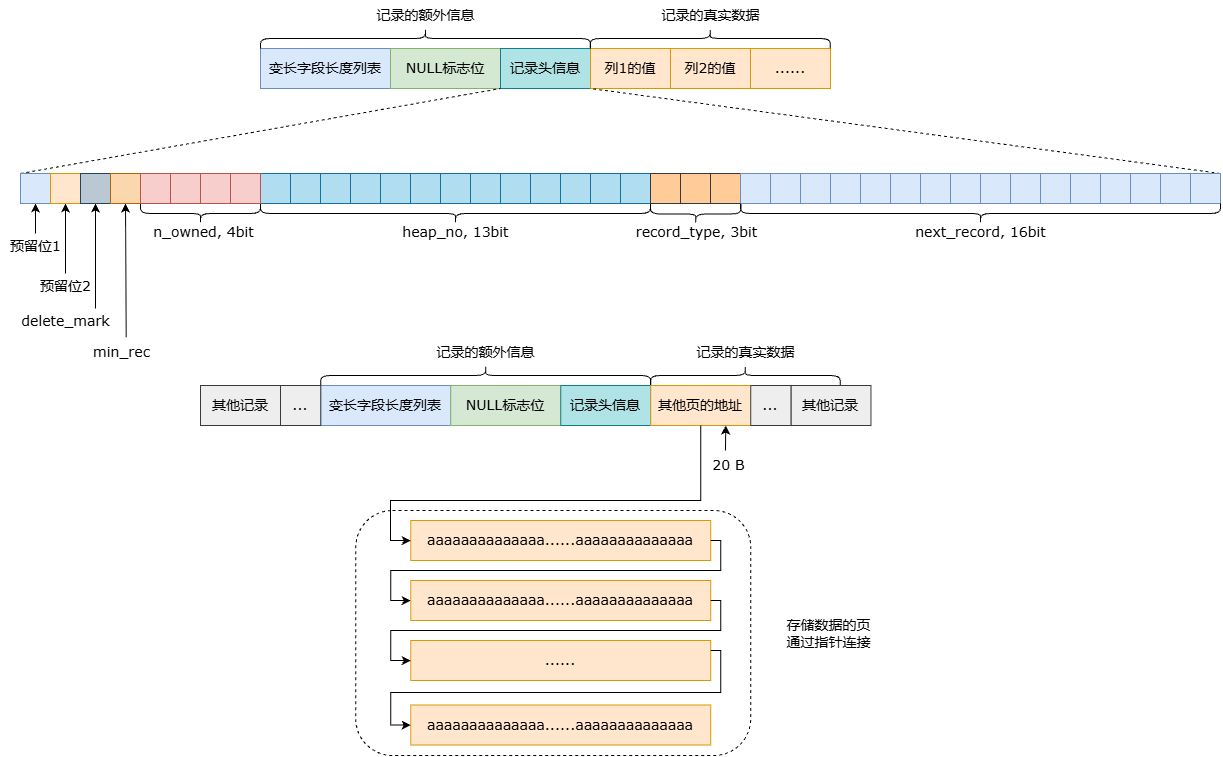
Above: mysql/Dynamic行记录格式.drawio.png in oHo404/imgrepo (draw.io), before the change. Source tidied: cells renumbered, new cells last; positions are measured from the earlier drawing's top-left corner, leaving out a move shared by most shapes.
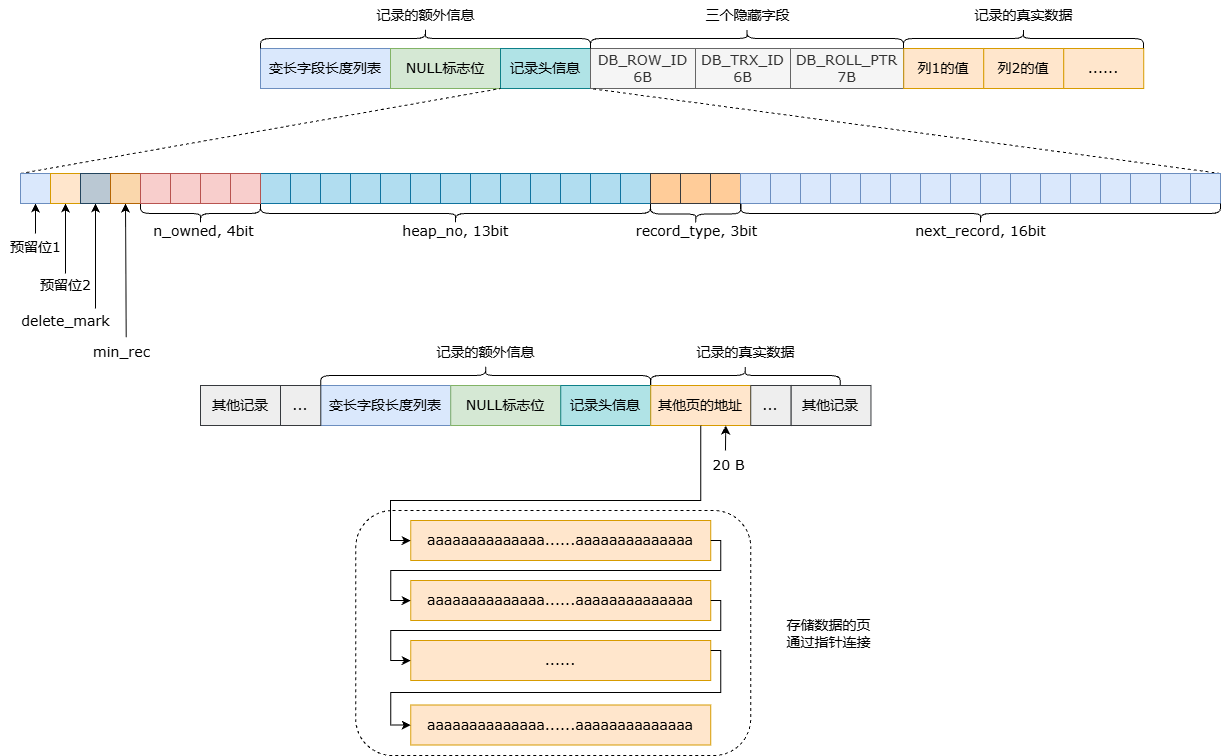
Later version of the same file.

Commit message:
更新Dynamic行记录格式.drawio.png

Diff of the diagram source:
```diff
@@ -3,7 +3,7 @@
     <mxCell id="0" />
     <mxCell id="1" parent="0" />
     <mxCell id="2" style="group;" parent="1" vertex="1">
-      <mxGeometry x="260" y="175" width="570" height="40" as="geometry" />
+      <mxGeometry x="260" y="175" width="643" height="40" as="geometry" />
     </mxCell>
     <mxCell id="3" value="&lt;font face=&quot;Verdana&quot; style=&quot;font-size: 14px;&quot;&gt;变长字段长度列表&lt;/font&gt;" style="rounded=0;whiteSpace=wrap;html=1;fillColor=#dae8fc;strokeColor=#6c8ebf;" parent="2" vertex="1">
       <mxGeometry width="130" height="40" as="geometry" />
@@ -14,31 +14,31 @@
     <mxCell id="5" value="&lt;font face=&quot;Verdana&quot; style=&quot;font-size: 14px;&quot;&gt;记录头信息&lt;/font&gt;" style="rounded=0;whiteSpace=wrap;html=1;fillColor=#b0e3e6;strokeColor=#0e8088;" parent="2" vertex="1">
       <mxGeometry x="240" width="90" height="40" as="geometry" />
     </mxCell>
-    <mxCell id="6" value="&lt;font face=&quot;Verdana&quot; style=&quot;font-size: 14px;&quot;&gt;列1的值&lt;/font&gt;" style="rounded=0;whiteSpace=wrap;html=1;fillColor=#ffe6cc;strokeColor=#d79b00;" parent="2" vertex="1">
-      <mxGeometry x="330" width="80" height="40" as="geometry" />
-    </mxCell>
-    <mxCell id="7" value="&lt;font face=&quot;Verdana&quot; style=&quot;font-size: 14px;&quot;&gt;列2的值&lt;/font&gt;" style="rounded=0;whiteSpace=wrap;html=1;fillColor=#ffe6cc;strokeColor=#d79b00;" parent="2" vertex="1">
-      <mxGeometry x="410" width="80" height="40" as="geometry" />
-    </mxCell>
-    <mxCell id="8" value="&lt;font face=&quot;Verdana&quot;&gt;&lt;span style=&quot;font-size: 14px;&quot;&gt;......&lt;/span&gt;&lt;/font&gt;" style="rounded=0;whiteSpace=wrap;html=1;fillColor=#ffe6cc;strokeColor=#d79b00;" parent="2" vertex="1">
-      <mxGeometry x="490" width="80" height="40" as="geometry" />
-    </mxCell>
+    <mxCell id="111" value="&lt;font style=&quot;font-size: 14px;&quot; face=&quot;Verdana&quot;&gt;DB_ROW_ID&lt;/font&gt;&lt;div&gt;&lt;font style=&quot;font-size: 14px;&quot; face=&quot;Verdana&quot;&gt;6B&lt;/font&gt;&lt;/div&gt;" style="rounded=0;whiteSpace=wrap;html=1;fillColor=#f5f5f5;fontColor=#333333;strokeColor=#666666;" parent="2" vertex="1">
+      <mxGeometry x="330" width="105" height="40" as="geometry" />
+    </mxCell>
+    <mxCell id="112" value="&lt;font face=&quot;Verdana&quot; style=&quot;&quot;&gt;&lt;span style=&quot;font-size: 14px;&quot;&gt;DB_TRX_ID&lt;/span&gt;&lt;/font&gt;&lt;div&gt;&lt;font face=&quot;Verdana&quot; style=&quot;&quot;&gt;&lt;span style=&quot;font-size: 14px;&quot;&gt;6B&lt;/span&gt;&lt;/font&gt;&lt;/div&gt;" style="rounded=0;whiteSpace=wrap;html=1;fillColor=#f5f5f5;fontColor=#333333;strokeColor=#666666;" parent="2" vertex="1">
+      <mxGeometry x="435" width="95" height="40" as="geometry" />
+    </mxCell>
+    <mxCell id="113" value="&lt;font face=&quot;Verdana&quot; style=&quot;&quot;&gt;&lt;span style=&quot;font-size: 14px;&quot;&gt;DB_ROLL_PTR&lt;/span&gt;&lt;/font&gt;&lt;div&gt;&lt;font face=&quot;Verdana&quot; style=&quot;&quot;&gt;&lt;span style=&quot;font-size: 14px;&quot;&gt;7B&lt;/span&gt;&lt;/font&gt;&lt;/div&gt;" style="rounded=0;whiteSpace=wrap;html=1;fillColor=#f5f5f5;fontColor=#333333;strokeColor=#666666;" parent="2" vertex="1">
+      <mxGeometry x="530" width="113" height="40" as="geometry" />
+    </mxCell>
+    <mxCell id="114" style="shape=curlyBracket;whiteSpace=wrap;html=1;rounded=1;labelPosition=left;verticalLabelPosition=middle;align=right;verticalAlign=middle;labelPerimeter=1;rotation=90;" parent="2" vertex="1">
+      <mxGeometry x="476.5" y="-166.5" width="20" height="313" as="geometry" />
+    </mxCell>
+    <mxCell id="115" value="&lt;font face=&quot;Verdana&quot;&gt;&lt;span style=&quot;font-size: 14px;&quot;&gt;三个隐藏字段&lt;/span&gt;&lt;/font&gt;" style="text;html=1;align=center;verticalAlign=middle;strokeColor=none;fillColor=none;fontFamily=Helvetica;fontSize=12;fontColor=default;" parent="2" vertex="1">
+      <mxGeometry x="435" y="-48" width="103" height="30" as="geometry" />
+    </mxCell>
     <mxCell id="9" style="shape=curlyBracket;whiteSpace=wrap;html=1;rounded=1;flipH=1;labelPosition=right;verticalLabelPosition=middle;align=left;verticalAlign=middle;strokeColor=default;fontFamily=Helvetica;fontSize=12;fontColor=default;fillColor=default;rotation=-90;" parent="1" vertex="1">
       <mxGeometry x="415" width="20" height="330" as="geometry" />
     </mxCell>
     <mxCell id="10" value="&lt;font face=&quot;Verdana&quot; style=&quot;font-size: 14px;&quot;&gt;记录的额外信息&lt;/font&gt;" style="text;html=1;align=center;verticalAlign=middle;strokeColor=none;fillColor=none;fontFamily=Helvetica;fontSize=12;fontColor=default;" parent="1" vertex="1">
       <mxGeometry x="365" y="127" width="120" height="30" as="geometry" />
     </mxCell>
-    <mxCell id="11" style="shape=curlyBracket;whiteSpace=wrap;html=1;rounded=1;flipH=1;labelPosition=right;verticalLabelPosition=middle;align=left;verticalAlign=middle;strokeColor=default;fontFamily=Helvetica;fontSize=12;fontColor=default;fillColor=default;rotation=-90;" parent="1" vertex="1">
-      <mxGeometry x="700" y="45" width="19.5" height="240" as="geometry" />
-    </mxCell>
-    <mxCell id="12" value="记录的真实数据" style="text;html=1;align=center;verticalAlign=middle;strokeColor=none;fillColor=none;fontFamily=Verdana;fontSize=14;fontColor=default;" parent="1" vertex="1">
-      <mxGeometry x="649.8" y="127" width="120" height="30" as="geometry" />
-    </mxCell>
     <mxCell id="13" style="endArrow=none;dashed=1;html=1;rounded=0;entryX=1;entryY=1;entryDx=0;entryDy=0;exitX=0;exitY=0;exitDx=0;exitDy=0;" parent="1" edge="1" source="23" target="4">
       <mxGeometry relative="1" as="geometry" />
     </mxCell>
-    <mxCell id="14" style="endArrow=none;dashed=1;html=1;rounded=0;entryX=0;entryY=1;entryDx=0;entryDy=0;exitX=1;exitY=0;exitDx=0;exitDy=0;" parent="1" edge="1" source="82" target="6">
+    <mxCell id="14" style="endArrow=none;dashed=1;html=1;rounded=0;entryX=1;entryY=1;entryDx=0;entryDy=0;exitX=1;exitY=0;exitDx=0;exitDy=0;" parent="1" edge="1" source="82" target="5">
       <mxGeometry relative="1" as="geometry" />
     </mxCell>
     <mxCell id="15" style="endArrow=classic;html=1;rounded=0;entryX=0.5;entryY=1;entryDx=0;entryDy=0;" parent="1" edge="1" target="23">
@@ -362,5 +362,20 @@
     <mxCell id="110" value="&lt;font face=&quot;Verdana&quot; style=&quot;font-size: 14px;&quot;&gt;存储数据的页&lt;/font&gt;&lt;div style=&quot;font-size: 14px;&quot;&gt;&lt;font face=&quot;CAwPafvQ6uSIa6cx_7zG&quot; style=&quot;font-size: 14px;&quot;&gt;通过指针连接&lt;/font&gt;&lt;/div&gt;" style="text;html=1;align=center;verticalAlign=middle;strokeColor=none;fillColor=none;" parent="1" vertex="1">
       <mxGeometry x="773.2" y="734.5" width="110" height="50" as="geometry" />
     </mxCell>
+    <mxCell id="6" value="&lt;font face=&quot;Verdana&quot; style=&quot;font-size: 14px;&quot;&gt;列1的值&lt;/font&gt;" style="rounded=0;whiteSpace=wrap;html=1;fillColor=#ffe6cc;strokeColor=#d79b00;" parent="1" vertex="1">
+      <mxGeometry x="903.2" y="175" width="80" height="40" as="geometry" />
+    </mxCell>
+    <mxCell id="7" value="&lt;font face=&quot;Verdana&quot; style=&quot;font-size: 14px;&quot;&gt;列2的值&lt;/font&gt;" style="rounded=0;whiteSpace=wrap;html=1;fillColor=#ffe6cc;strokeColor=#d79b00;" parent="1" vertex="1">
+      <mxGeometry x="983.2" y="175" width="80" height="40" as="geometry" />
+    </mxCell>
+    <mxCell id="8" value="&lt;font face=&quot;Verdana&quot;&gt;&lt;span style=&quot;font-size: 14px;&quot;&gt;......&lt;/span&gt;&lt;/font&gt;" style="rounded=0;whiteSpace=wrap;html=1;fillColor=#ffe6cc;strokeColor=#d79b00;" parent="1" vertex="1">
+      <mxGeometry x="1063.2" y="175" width="80" height="40" as="geometry" />
+    </mxCell>
+    <mxCell id="11" style="shape=curlyBracket;whiteSpace=wrap;html=1;rounded=1;flipH=1;labelPosition=right;verticalLabelPosition=middle;align=left;verticalAlign=middle;strokeColor=default;fontFamily=Helvetica;fontSize=12;fontColor=default;fillColor=default;rotation=-90;" parent="1" vertex="1">
+      <mxGeometry x="1013.2" y="45" width="19.5" height="240" as="geometry" />
+    </mxCell>
+    <mxCell id="12" value="记录的真实数据" style="text;html=1;align=center;verticalAlign=middle;strokeColor=none;fillColor=none;fontFamily=Verdana;fontSize=14;fontColor=default;" parent="1" vertex="1">
+      <mxGeometry x="963" y="127" width="120" height="30" as="geometry" />
+    </mxCell>
   </root>
 </mxGraphModel>
```
